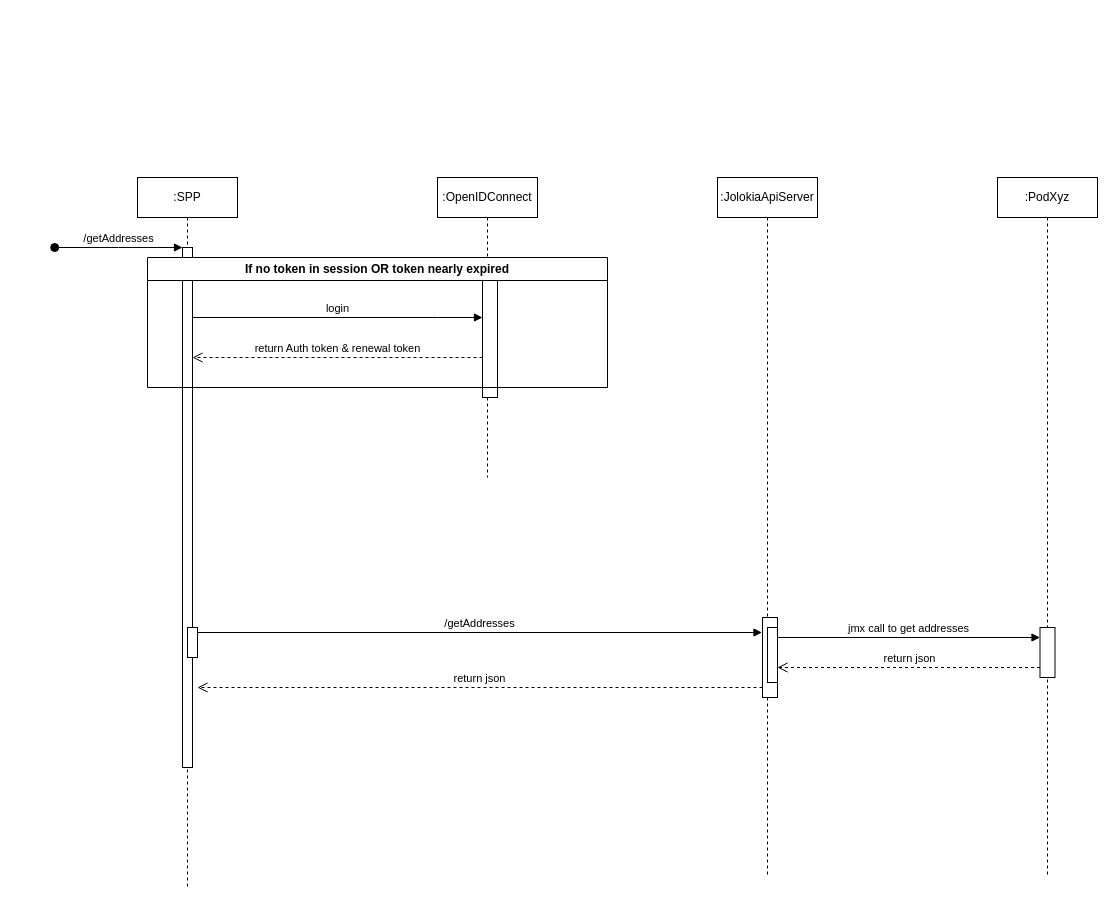
This is jwt_sequence_diagram.drawio from lavocatt/draw.io.diagrams, a draw.io file, before an edit. Source tidied: cells renumbered, new cells numbered last; positions are measured from the earlier drawing's top-left corner, leaving out a move shared by most shapes. Both pictures are drawn from the tidied source at 100%, with x=0, y=0 at pixel (54, 177).
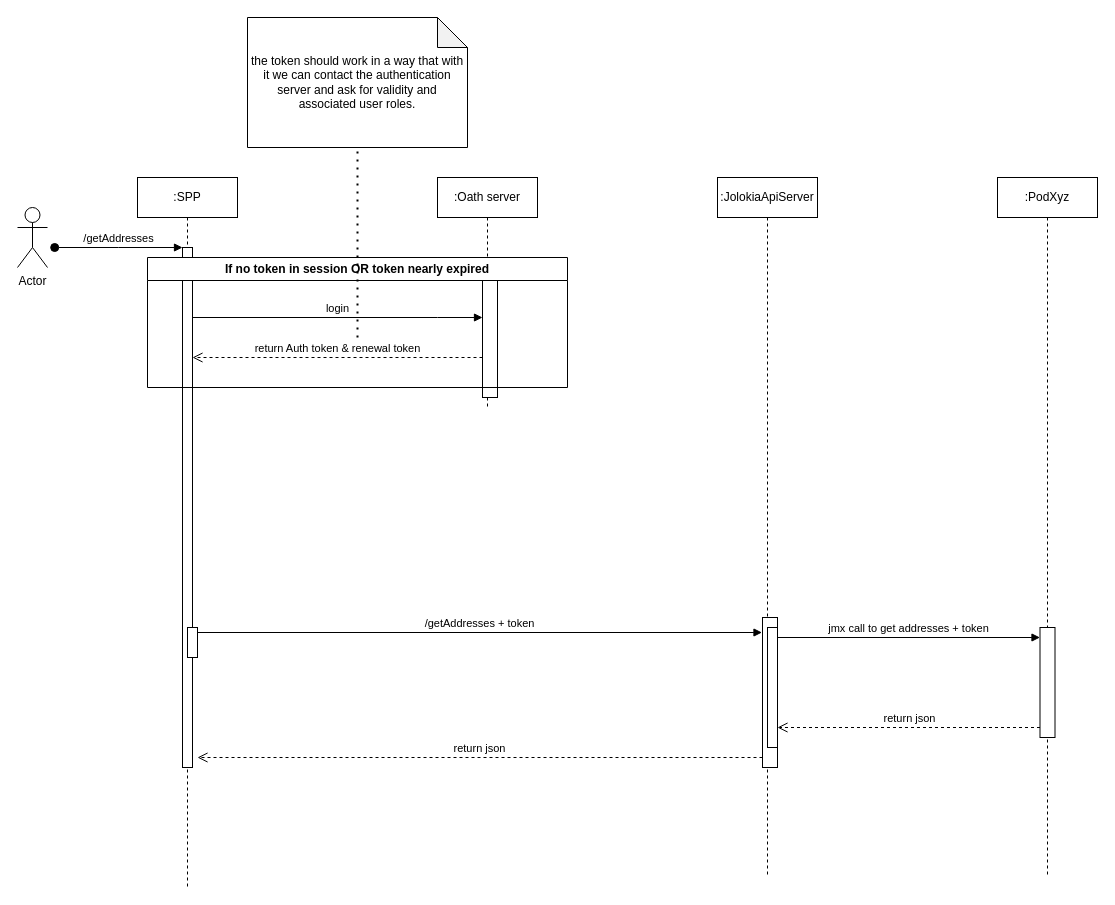
Above is the later version.

Unchanged cells that the change refers to:
```xml
<mxCell id="5" style="html=1;points=[[0,0,0,0,5],[0,1,0,0,-5],[1,0,0,0,5],[1,1,0,0,-5]];perimeter=orthogonalPerimeter;outlineConnect=0;targetShapes=umlLifeline;portConstraint=eastwest;newEdgeStyle={&quot;curved&quot;:0,&quot;rounded&quot;:0};" parent="2" vertex="1">
  <mxGeometry x="50" y="450" width="10" height="30" as="geometry" />
</mxCell>
<mxCell id="11" value=":JolokiaApiServer" style="shape=umlLifeline;perimeter=lifelinePerimeter;whiteSpace=wrap;html=1;newEdgeStyle={&quot;edgeStyle&quot;:&quot;elbowEdgeStyle&quot;,&quot;elbow&quot;:&quot;vertical&quot;,&quot;curved&quot;:0,&quot;rounded&quot;:0};" parent="1" vertex="1">
  <mxGeometry x="663" width="100" height="700" as="geometry" />
</mxCell>
<mxCell id="14" value=":PodXyz" style="shape=umlLifeline;perimeter=lifelinePerimeter;whiteSpace=wrap;html=1;newEdgeStyle={&quot;edgeStyle&quot;:&quot;elbowEdgeStyle&quot;,&quot;elbow&quot;:&quot;vertical&quot;,&quot;curved&quot;:0,&quot;rounded&quot;:0};" parent="1" vertex="1">
  <mxGeometry x="943" width="100" height="700" as="geometry" />
</mxCell>
```

Change to the diagram source:
```diff
@@
-    <mxCell id="6" value=":OpenIDConnect" style="shape=umlLifeline;perimeter=lifelinePerimeter;whiteSpace=wrap;html=1;newEdgeStyle={&quot;edgeStyle&quot;:&quot;elbowEdgeStyle&quot;,&quot;elbow&quot;:&quot;vertical&quot;,&quot;curved&quot;:0,&quot;rounded&quot;:0};" parent="1" vertex="1">
-      <mxGeometry x="383" width="100" height="300" as="geometry" />
+    <mxCell id="6" value=":Oath server" style="shape=umlLifeline;perimeter=lifelinePerimeter;whiteSpace=wrap;html=1;newEdgeStyle={&quot;edgeStyle&quot;:&quot;elbowEdgeStyle&quot;,&quot;elbow&quot;:&quot;vertical&quot;,&quot;curved&quot;:0,&quot;rounded&quot;:0};" parent="1" vertex="1">
+      <mxGeometry x="383" width="100" height="230" as="geometry" />
     </mxCell>
@@
     <mxCell id="10" value="If no token in session OR token nearly expired" style="swimlane;whiteSpace=wrap;html=1;" parent="1" vertex="1">
-      <mxGeometry x="93" y="80" width="460" height="130" as="geometry" />
+      <mxGeometry x="93" y="80" width="420" height="130" as="geometry" />
     </mxCell>
@@
     <mxCell id="12" style="html=1;perimeter=orthogonalPerimeter;targetShapes=umlLifeline;newEdgeStyle={&quot;edgeStyle&quot;:&quot;elbowEdgeStyle&quot;,&quot;elbow&quot;:&quot;vertical&quot;,&quot;curved&quot;:0,&quot;rounded&quot;:0};" parent="11" vertex="1">
-      <mxGeometry x="45" y="440" width="15" height="80" as="geometry" />
+      <mxGeometry x="45" y="440" width="15" height="150" as="geometry" />
     </mxCell>
     <mxCell id="13" style="html=1;points=[[0,0,0,0,5],[0,1,0,0,-5],[1,0,0,0,5],[1,1,0,0,-5]];perimeter=orthogonalPerimeter;outlineConnect=0;targetShapes=umlLifeline;portConstraint=eastwest;newEdgeStyle={&quot;curved&quot;:0,&quot;rounded&quot;:0};" parent="11" vertex="1">
-      <mxGeometry x="50" y="450" width="10" height="55" as="geometry" />
+      <mxGeometry x="50" y="450" width="10" height="120" as="geometry" />
     </mxCell>
@@
     <mxCell id="15" style="html=1;points=[];perimeter=orthogonalPerimeter;outlineConnect=0;targetShapes=umlLifeline;portConstraint=eastwest;newEdgeStyle={&quot;edgeStyle&quot;:&quot;elbowEdgeStyle&quot;,&quot;elbow&quot;:&quot;vertical&quot;,&quot;curved&quot;:0,&quot;rounded&quot;:0};" parent="14" vertex="1">
-      <mxGeometry x="42.5" y="450" width="15" height="50" as="geometry" />
+      <mxGeometry x="42.5" y="450" width="15" height="110" as="geometry" />
     </mxCell>
-    <mxCell id="16" value="/getAddresses" style="html=1;verticalAlign=bottom;endArrow=block;curved=0;rounded=0;exitX=1;exitY=0;exitDx=0;exitDy=5;exitPerimeter=0;" parent="1" edge="1" source="5">
+    <mxCell id="16" value="/getAddresses + token" style="html=1;verticalAlign=bottom;endArrow=block;curved=0;rounded=0;exitX=1;exitY=0;exitDx=0;exitDy=5;exitPerimeter=0;" parent="1" edge="1" source="5">
       <mxGeometry relative="1" as="geometry">
         <mxPoint x="707.5" y="455" as="targetPoint" />
       </mxGeometry>
     </mxCell>
     <mxCell id="17" value="return json" style="html=1;verticalAlign=bottom;endArrow=open;dashed=1;endSize=8;curved=0;rounded=0;entryX=1;entryY=1;entryDx=0;entryDy=-5;entryPerimeter=0;" parent="1" edge="1">
       <mxGeometry relative="1" as="geometry">
-        <mxPoint x="708" y="510" as="sourcePoint" />
-        <mxPoint x="143" y="510" as="targetPoint" />
+        <mxPoint x="708" y="580" as="sourcePoint" />
+        <mxPoint x="143" y="580" as="targetPoint" />
       </mxGeometry>
     </mxCell>
-    <mxCell id="18" value="return json" style="html=1;verticalAlign=bottom;endArrow=open;dashed=1;endSize=8;curved=0;rounded=0;" parent="1" edge="1" source="15" target="13">
+    <mxCell id="18" value="return json" style="html=1;verticalAlign=bottom;endArrow=open;dashed=1;endSize=8;curved=0;rounded=0;" parent="1" edge="1">
       <mxGeometry relative="1" as="geometry">
+        <mxPoint x="985.5" y="550" as="sourcePoint" />
+        <mxPoint x="723" y="550" as="targetPoint" />
         <Array as="points">
-          <mxPoint x="903" y="490" />
+          <mxPoint x="903" y="550" />
         </Array>
       </mxGeometry>
     </mxCell>
-    <mxCell id="19" value="jmx call to get addresses" style="html=1;verticalAlign=bottom;endArrow=block;curved=0;rounded=0;" parent="1" edge="1" target="15">
+    <mxCell id="19" value="jmx call to get addresses + token" style="html=1;verticalAlign=bottom;endArrow=block;curved=0;rounded=0;" parent="1" edge="1" target="15">
       <mxGeometry relative="1" as="geometry">
         <mxPoint x="723" y="460" as="sourcePoint" />
       </mxGeometry>
     </mxCell>
+    <mxCell id="20" value="Actor" style="shape=umlActor;verticalLabelPosition=bottom;verticalAlign=top;html=1;" parent="1" vertex="1">
+      <mxGeometry x="-37" y="30" width="30" height="60" as="geometry" />
+    </mxCell>
+    <mxCell id="21" value="the token should work in a way that with it we can contact the authentication server and ask for validity and associated user roles." style="shape=note;whiteSpace=wrap;html=1;backgroundOutline=1;darkOpacity=0.05;" parent="1" vertex="1">
+      <mxGeometry x="193" y="-160" width="220" height="130" as="geometry" />
+    </mxCell>
+    <mxCell id="22" style="endArrow=none;dashed=1;html=1;dashPattern=1 3;strokeWidth=2;rounded=0;" parent="1" edge="1">
+      <mxGeometry relative="1" as="geometry">
+        <mxPoint x="303" y="160" as="sourcePoint" />
+        <mxPoint x="303" y="-30" as="targetPoint" />
+      </mxGeometry>
+    </mxCell>
```
